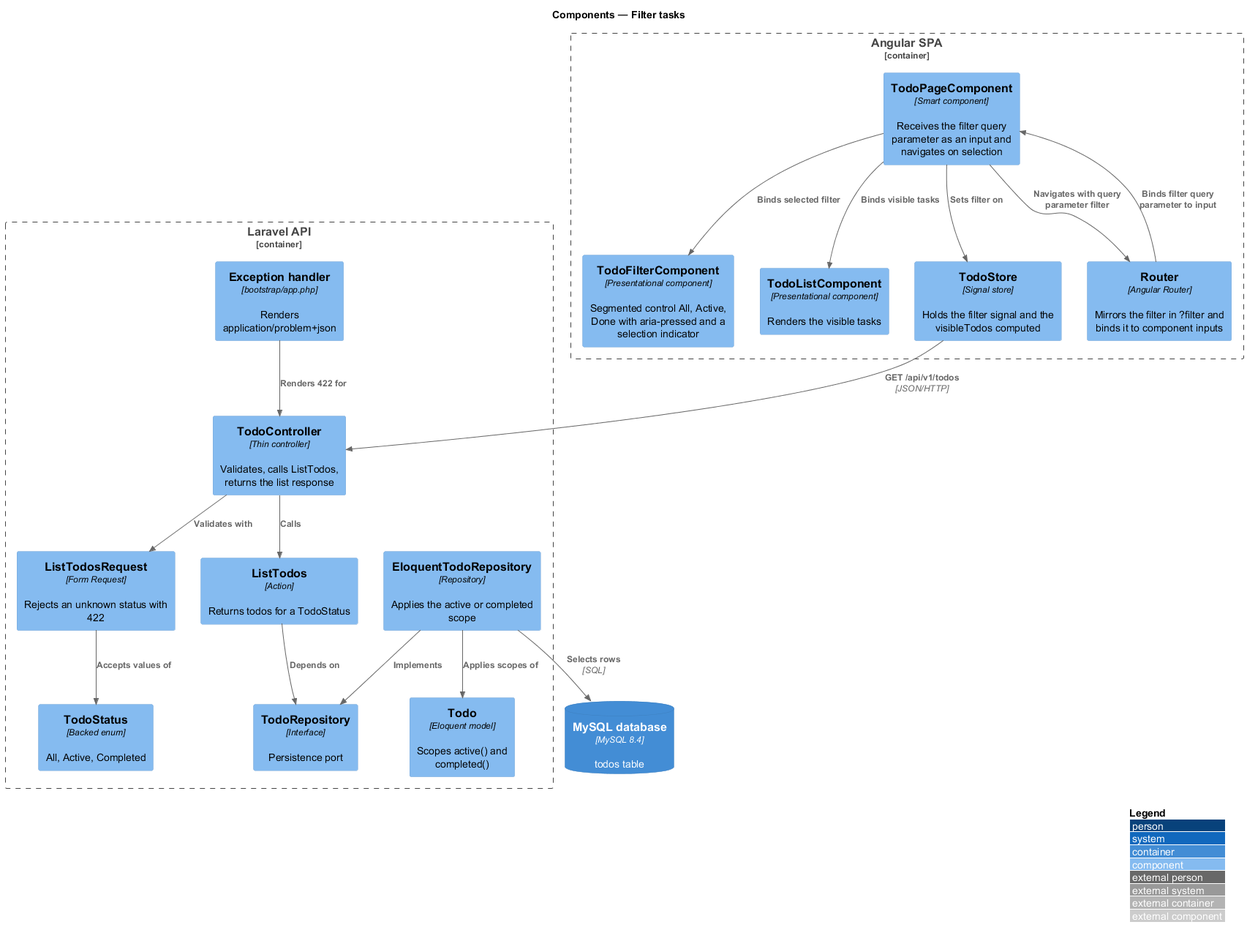
Earlier version of the PlantUML export docs/detailed-designs/task-browsing/filter-tasks/diagrams/c4-component.png (QuinntyneBrown/php-todo-lab).
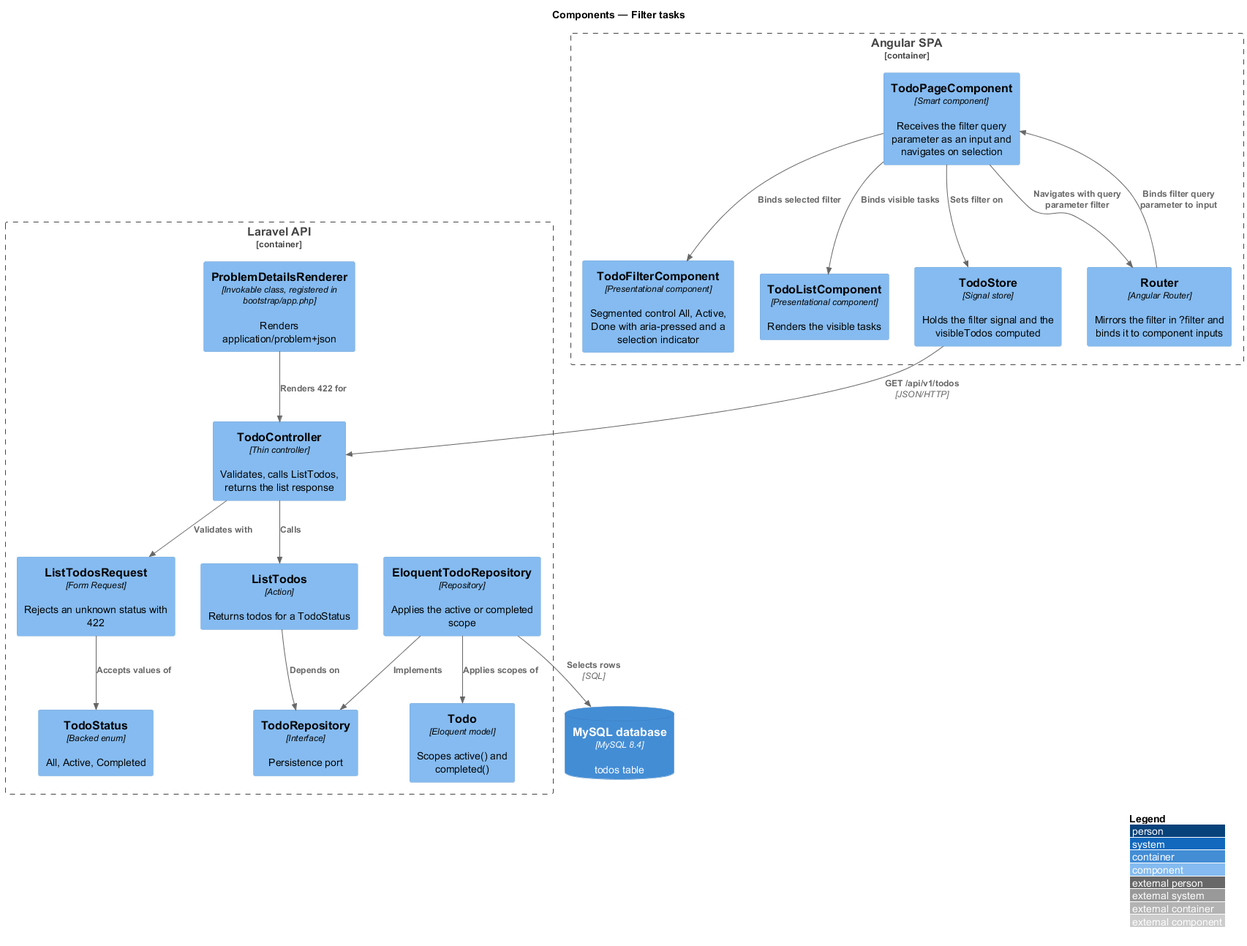
The same diagram one commit later.

The edit, as a diff of the source:
```diff
@@ -19,7 +19,7 @@
   Component(repo, "TodoRepository", "Interface", "Persistence port")
   Component(eloquent, "EloquentTodoRepository", "Repository", "Applies the active or completed scope")
   Component(model, "Todo", "Eloquent model", "Scopes active() and completed()")
-  Component(errs, "Exception handler", "bootstrap/app.php", "Renders application/problem+json")
+  Component(errs, "ProblemDetailsRenderer", "Invokable class, registered in bootstrap/app.php", "Renders application/problem+json")
 }
 
 ContainerDb(db, "MySQL database", "MySQL 8.4", "todos table")
```
